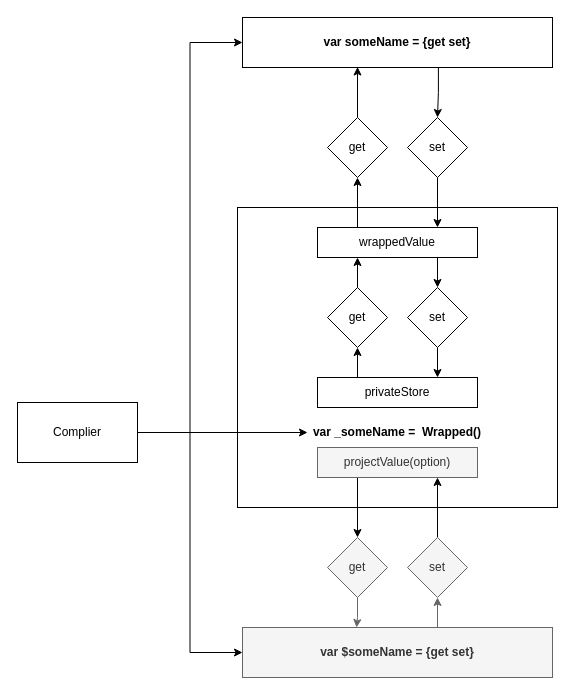
jyrnan/Diagram keeps this draw.io diagram as WrappedProperty.drawio. Above is the earlier version. Source tidied: cells renumbered, new cells numbered last; positions are measured from the earlier drawing's top-left corner, leaving out a move shared by most shapes. Both pictures are drawn from the tidied source at 100%, with x=0, y=0 at pixel (17, 17).
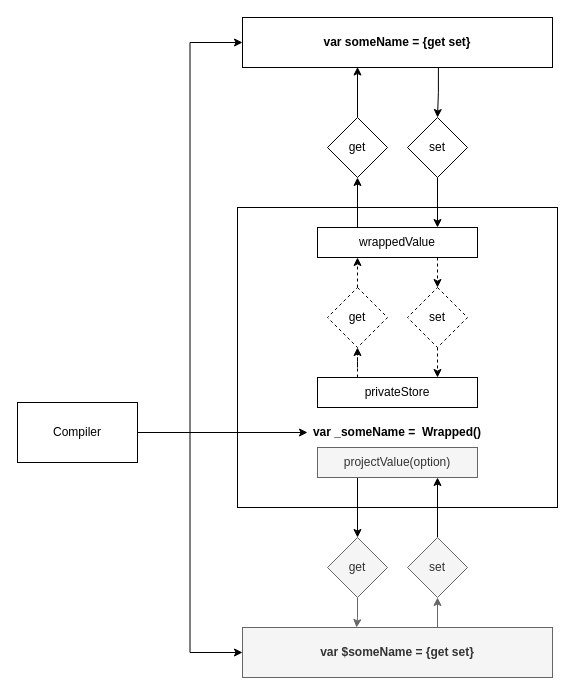
Above is the later version.

Unchanged cells that the change refers to:
```xml
<mxCell id="7" value="wrappedValue" style="rounded=0;whiteSpace=wrap;html=1;" parent="1" vertex="1">
  <mxGeometry x="300" y="210" width="160" height="30" as="geometry" />
</mxCell>
<mxCell id="9" value="privateStore" style="rounded=0;whiteSpace=wrap;html=1;" parent="1" vertex="1">
  <mxGeometry x="300" y="360" width="160" height="30" as="geometry" />
</mxCell>
```

Diff of the diagram source:
```diff
@@
-    <mxCell id="5" style="edgeStyle=orthogonalEdgeStyle;rounded=0;jettySize=auto;html=1;exitX=0.75;exitY=1;exitDx=0;exitDy=0;entryX=0.5;entryY=0;entryDx=0;entryDy=0;" parent="1" edge="1" source="7" target="13">
+    <mxCell id="5" style="edgeStyle=orthogonalEdgeStyle;rounded=0;jettySize=auto;html=1;exitX=0.75;exitY=1;exitDx=0;exitDy=0;entryX=0.5;entryY=0;entryDx=0;entryDy=0;dashed=1;" parent="1" edge="1" source="7" target="13">
       <mxGeometry relative="1" as="geometry" />
     </mxCell>
@@
-    <mxCell id="8" style="edgeStyle=orthogonalEdgeStyle;rounded=0;jettySize=auto;html=1;exitX=0.25;exitY=0;exitDx=0;exitDy=0;" parent="1" edge="1" source="9" target="11">
+    <mxCell id="8" style="edgeStyle=orthogonalEdgeStyle;rounded=0;jettySize=auto;html=1;exitX=0.25;exitY=0;exitDx=0;exitDy=0;dashed=1;" parent="1" edge="1" source="9" target="11">
       <mxGeometry relative="1" as="geometry" />
     </mxCell>
@@
-    <mxCell id="10" style="edgeStyle=orthogonalEdgeStyle;rounded=0;jettySize=auto;html=1;exitX=0.5;exitY=0;exitDx=0;exitDy=0;entryX=0.25;entryY=1;entryDx=0;entryDy=0;" parent="1" edge="1" source="11" target="7">
+    <mxCell id="10" style="edgeStyle=orthogonalEdgeStyle;rounded=0;jettySize=auto;html=1;exitX=0.5;exitY=0;exitDx=0;exitDy=0;entryX=0.25;entryY=1;entryDx=0;entryDy=0;dashed=1;" parent="1" edge="1" source="11" target="7">
       <mxGeometry relative="1" as="geometry" />
     </mxCell>
-    <mxCell id="11" value="get" style="rhombus;whiteSpace=wrap;html=1;" parent="1" vertex="1">
+    <mxCell id="11" value="get" style="rhombus;whiteSpace=wrap;html=1;dashed=1;" parent="1" vertex="1">
       <mxGeometry x="310" y="270" width="60" height="60" as="geometry" />
     </mxCell>
-    <mxCell id="12" style="edgeStyle=orthogonalEdgeStyle;rounded=0;jettySize=auto;html=1;exitX=0.5;exitY=1;exitDx=0;exitDy=0;entryX=0.75;entryY=0;entryDx=0;entryDy=0;" parent="1" edge="1" source="13" target="9">
+    <mxCell id="12" style="edgeStyle=orthogonalEdgeStyle;rounded=0;jettySize=auto;html=1;exitX=0.5;exitY=1;exitDx=0;exitDy=0;entryX=0.75;entryY=0;entryDx=0;entryDy=0;dashed=1;" parent="1" edge="1" source="13" target="9">
       <mxGeometry relative="1" as="geometry" />
     </mxCell>
-    <mxCell id="13" value="set" style="rhombus;whiteSpace=wrap;html=1;" parent="1" vertex="1">
+    <mxCell id="13" value="set" style="rhombus;whiteSpace=wrap;html=1;dashed=1;" parent="1" vertex="1">
       <mxGeometry x="390" y="270" width="60" height="60" as="geometry" />
     </mxCell>
@@
-    <mxCell id="30" value="Complier" style="rounded=0;whiteSpace=wrap;html=1;" parent="1" vertex="1">
+    <mxCell id="30" value="Compiler" style="rounded=0;whiteSpace=wrap;html=1;" parent="1" vertex="1">
       <mxGeometry y="385" width="120" height="60" as="geometry" />
     </mxCell>
```
